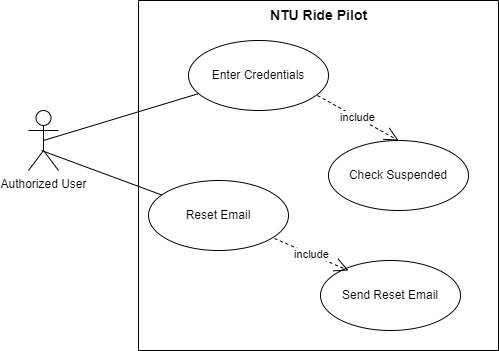
Abubakar-doc/FYP-24-SE-A-204 keeps this draw.io diagram as Project Real-Time Bus ID Verification and Tracking/DOCUMENTATION/UseCaseDiagrams/SignIn.drawio.png. Above is the earlier version. Source tidied: cells renumbered, new cells last; positions are measured from the earlier drawing's top-left corner, leaving out a move shared by most shapes.
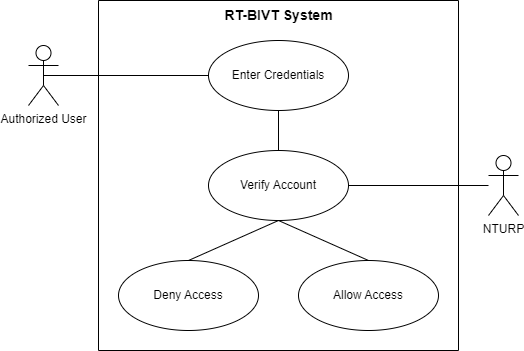
The same diagram one commit later.

What changed in the source:
```diff
@@ -5,37 +5,41 @@
     <mxCell id="2" style="swimlane;startSize=0;" parent="1" vertex="1">
       <mxGeometry x="110" width="360" height="350" as="geometry" />
     </mxCell>
-    <mxCell id="3" value="Reset Email" style="ellipse;whiteSpace=wrap;html=1;fillColor=none;" parent="2" vertex="1">
-      <mxGeometry x="10" y="180" width="140" height="70" as="geometry" />
+    <mxCell id="3" value="Deny Access" style="ellipse;whiteSpace=wrap;html=1;fillColor=none;" parent="2" vertex="1">
+      <mxGeometry x="20" y="260" width="140" height="70" as="geometry" />
     </mxCell>
+    <mxCell id="8" style="edgeStyle=orthogonalEdgeStyle;rounded=0;jettySize=auto;html=1;exitX=0.5;exitY=1;exitDx=0;exitDy=0;strokeColor=default;endArrow=none;startFill=0;" parent="2" edge="1" source="4" target="5">
+      <mxGeometry relative="1" as="geometry" />
+    </mxCell>
     <mxCell id="4" value="Enter Credentials" style="ellipse;whiteSpace=wrap;html=1;fillColor=none;" parent="2" vertex="1">
-      <mxGeometry x="50" y="40" width="140" height="70" as="geometry" />
+      <mxGeometry x="110" y="40" width="140" height="70" as="geometry" />
     </mxCell>
-    <mxCell id="5" value="Check Suspended" style="ellipse;whiteSpace=wrap;html=1;fillColor=none;" parent="2" vertex="1">
-      <mxGeometry x="190" y="140" width="140" height="70" as="geometry" />
+    <mxCell id="5" value="Verify A&lt;span style=&quot;background-color: initial;&quot;&gt;ccount&lt;/span&gt;" style="ellipse;whiteSpace=wrap;html=1;fillColor=none;" parent="2" vertex="1">
+      <mxGeometry x="110" y="150" width="140" height="70" as="geometry" />
     </mxCell>
-    <mxCell id="6" value="Send Reset Email" style="ellipse;whiteSpace=wrap;html=1;fillColor=none;" parent="2" vertex="1">
-      <mxGeometry x="182" y="260" width="140" height="70" as="geometry" />
+    <mxCell id="6" value="Allow Access" style="ellipse;whiteSpace=wrap;html=1;fillColor=none;" parent="2" vertex="1">
+      <mxGeometry x="200" y="260" width="140" height="70" as="geometry" />
     </mxCell>
-    <mxCell id="7" value="NTU Ride Pilot" style="text;html=1;align=center;verticalAlign=middle;strokeColor=none;fillColor=none;fontSize=14;fontStyle=1;" parent="2" vertex="1">
-      <mxGeometry x="120" width="120" height="30" as="geometry" />
+    <mxCell id="7" value="RT-BIVT System" style="text;html=1;align=center;verticalAlign=middle;strokeColor=none;fillColor=none;fontSize=14;fontStyle=1;" parent="2" vertex="1">
+      <mxGeometry x="115" width="130" height="30" as="geometry" />
     </mxCell>
-    <mxCell id="8" value="include" style="endArrow=open;endSize=12;dashed=1;html=1;rounded=0;exitX=0.921;exitY=0.786;exitDx=0;exitDy=0;exitPerimeter=0;entryX=0.5;entryY=0;entryDx=0;entryDy=0;" parent="2" edge="1" source="4" target="5">
-      <mxGeometry relative="1" as="geometry" />
-    </mxCell>
+    <mxCell id="13" style="endArrow=none;html=1;rounded=0;exitX=0.5;exitY=1;exitDx=0;exitDy=0;entryX=0.5;entryY=0;entryDx=0;entryDy=0;strokeColor=default;startFill=0;" parent="2" edge="1" source="5" target="3">
+      <mxGeometry relative="1" as="geometry" />
+    </mxCell>
+    <mxCell id="14" style="endArrow=none;html=1;rounded=0;exitX=0.5;exitY=1;exitDx=0;exitDy=0;entryX=0.5;entryY=0;entryDx=0;entryDy=0;strokeColor=default;startFill=0;" parent="2" edge="1" source="5" target="6">
+      <mxGeometry relative="1" as="geometry" />
+    </mxCell>
     <mxCell id="9" value="Authorized User" style="shape=umlActor;verticalLabelPosition=bottom;verticalAlign=top;html=1;fillColor=default;" parent="1" vertex="1">
-      <mxGeometry y="110" width="30" height="60" as="geometry" />
+      <mxGeometry x="40" y="45" width="30" height="60" as="geometry" />
     </mxCell>
-    <mxCell id="10" style="endArrow=none;html=1;rounded=0;exitX=0.5;exitY=0.5;exitDx=0;exitDy=0;exitPerimeter=0;" parent="1" edge="1" source="9" target="4">
+    <mxCell id="10" style="endArrow=none;html=1;rounded=0;exitX=0.5;exitY=0.5;exitDx=0;exitDy=0;entryX=0;entryY=0.5;entryDx=0;entryDy=0;exitPerimeter=0;strokeColor=default;startFill=0;" parent="1" edge="1" source="9" target="4">
       <mxGeometry relative="1" as="geometry" />
     </mxCell>
-    <mxCell id="11" style="endArrow=none;html=1;rounded=0;exitX=0.433;exitY=0.667;exitDx=0;exitDy=0;exitPerimeter=0;" parent="1" edge="1" source="9" target="3">
-      <mxGeometry relative="1" as="geometry" />
-    </mxCell>
-    <mxCell id="12" value="include" style="endArrow=open;endSize=12;dashed=1;html=1;rounded=0;exitX=0.9;exitY=0.829;exitDx=0;exitDy=0;exitPerimeter=0;" parent="1" edge="1" source="3">
-      <mxGeometry relative="1" as="geometry">
-        <mxPoint x="320" y="270" as="targetPoint" />
-      </mxGeometry>
-    </mxCell>
+    <mxCell id="15" style="edgeStyle=orthogonalEdgeStyle;rounded=0;jettySize=auto;html=1;endArrow=none;startFill=0;" parent="1" edge="1" source="16" target="5">
+      <mxGeometry relative="1" as="geometry" />
+    </mxCell>
+    <mxCell id="16" value="NTURP" style="shape=umlActor;verticalLabelPosition=bottom;verticalAlign=top;html=1;fillColor=default;" parent="1" vertex="1">
+      <mxGeometry x="500" y="155" width="30" height="60" as="geometry" />
+    </mxCell>
   </root>
 </mxGraphModel>
```
